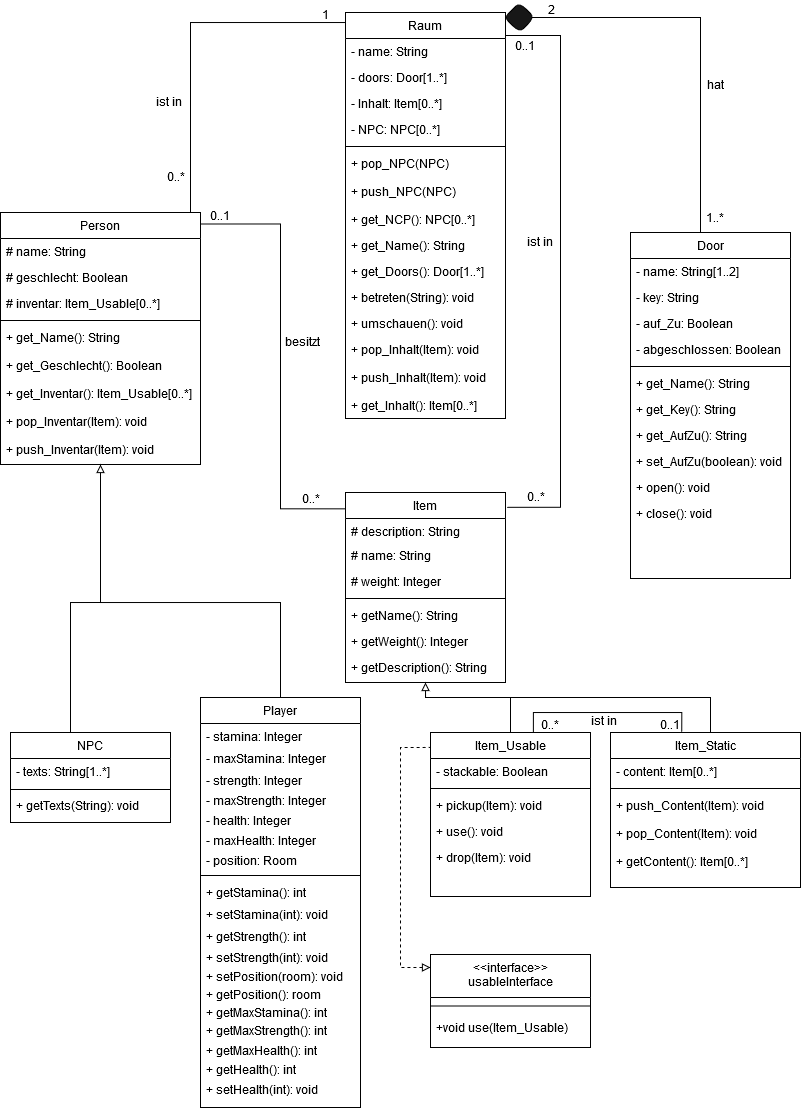
Earlier version of the draw.io export Klassendiagram.png (Elegond/AE-Text-Adventure). Source tidied: cells renumbered, new cells last; positions are measured from the earlier drawing's top-left corner, leaving out a move shared by most shapes.
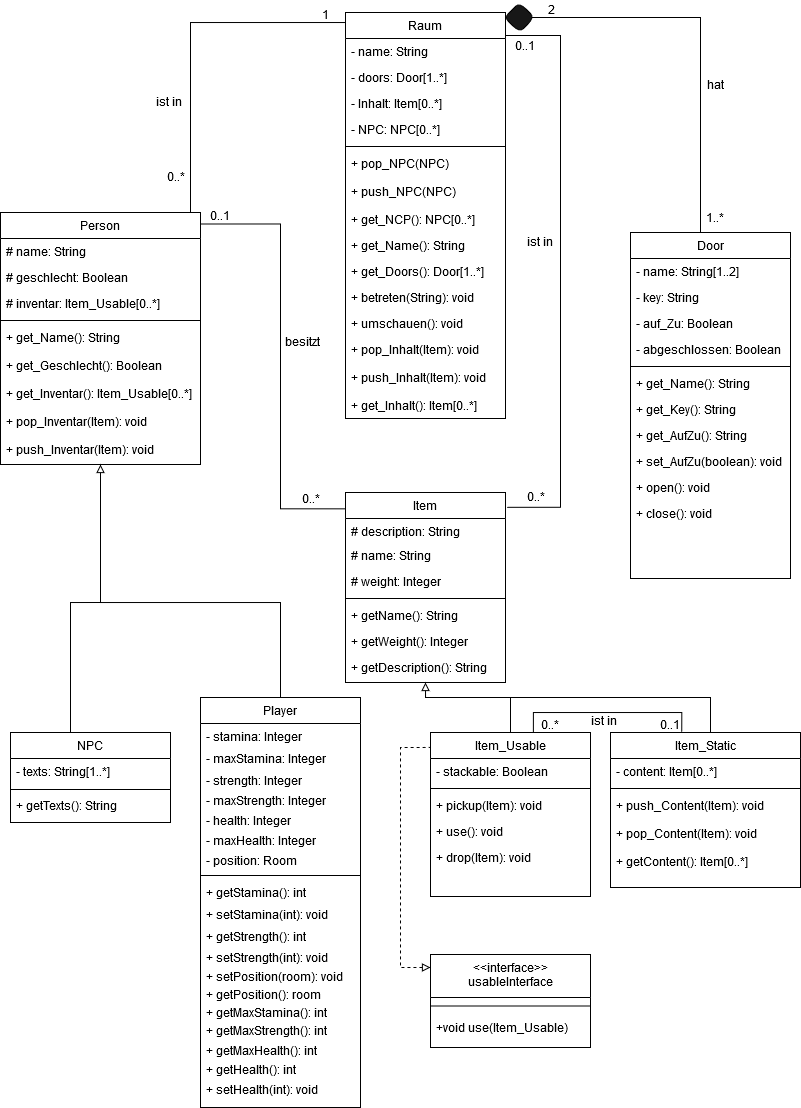
After the change.

What changed in the source:
```diff
@@ -287,7 +287,7 @@
     <mxCell id="82" style="line;html=1;strokeWidth=1;align=left;verticalAlign=middle;spacingTop=-1;spacingLeft=3;spacingRight=3;labelPosition=right;" parent="80" vertex="1">
       <mxGeometry y="54" width="160" height="6" as="geometry" />
     </mxCell>
-    <mxCell id="83" value="+ getTexts(String): void" style="text;align=left;verticalAlign=top;spacingLeft=4;spacingRight=4;overflow=hidden;" parent="80" vertex="1">
+    <mxCell id="83" value="+ getTexts(): String" style="text;align=left;verticalAlign=top;spacingLeft=4;spacingRight=4;overflow=hidden;" parent="80" vertex="1">
       <mxGeometry y="60" width="160" height="28" as="geometry" />
     </mxCell>
     <mxCell id="84" style="edgeStyle=orthogonalEdgeStyle;rounded=0;jettySize=auto;html=1;endArrow=none;endFill=0;exitX=0.643;exitY=-0.001;exitDx=0;exitDy=0;exitPerimeter=0;entryX=0.375;entryY=-0.004;entryDx=0;entryDy=0;entryPerimeter=0;" parent="1" edge="1" source="47" target="40">
```
